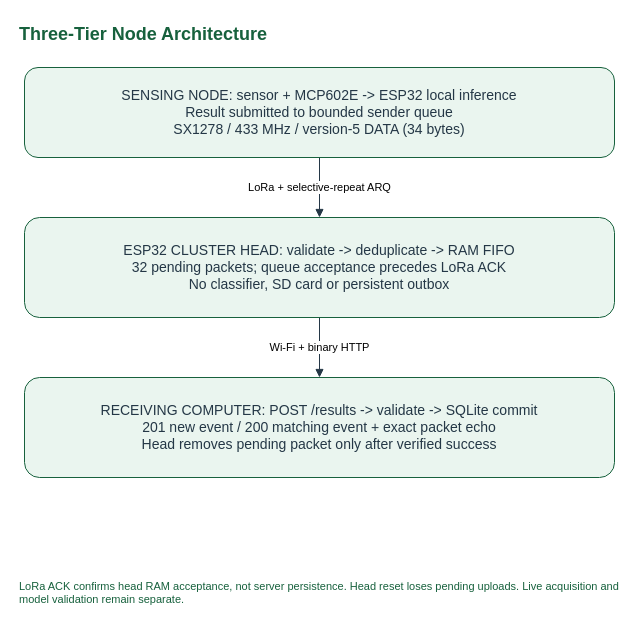
The draw.io diagram page "Three-Tier Node Architecture" (3 of 8) of output/diagrams/Senior_Design_Section4_EdgeML.drawio.xml in Battikhah/senior-design-report, before the edit. Source tidied: cells renumbered, new cells numbered last; positions are measured from the earlier drawing's top-left corner, leaving out a move shared by most shapes. Both pictures are drawn from the tidied source at 100%, with x=0, y=0 at pixel (17, 17).
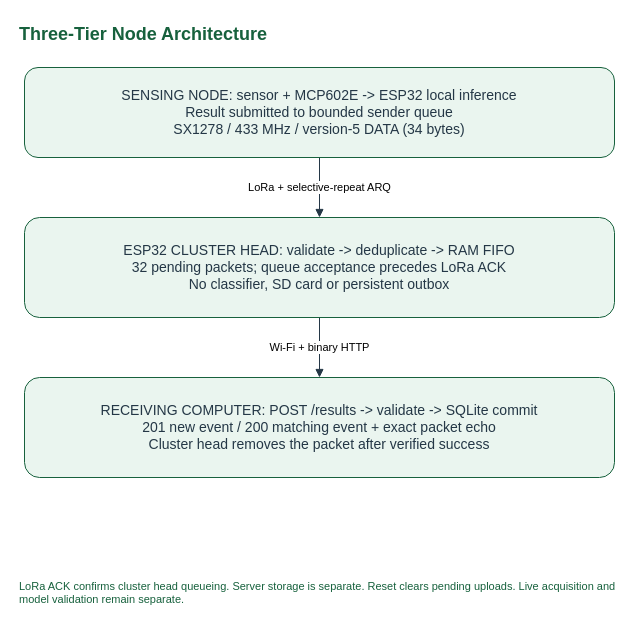
The same diagram, later.

What changed in the source:
```diff
@@
 <mxGraphModel>
   <root>
     <mxCell id="0" />
     <mxCell id="1" parent="0" />
     <mxCell id="2" value="Three-Tier Node Architecture" style="text;html=1;fontSize=18;fontStyle=1;fontColor=#17613D;align=left;" parent="1" vertex="1">
       <mxGeometry width="604" height="30" as="geometry" />
     </mxCell>
     <mxCell id="3" value="LoRa + selective-repeat ARQ" style="edgeStyle=orthogonalEdgeStyle;rounded=0;html=1;endArrow=block;strokeColor=#243746;fontSize=11;labelBackgroundColor=#FFFFFF;exitX=0.5;exitY=1;entryX=0.5;entryY=0;" parent="1" edge="1" source="5" target="6">
       <mxGeometry relative="1" as="geometry" />
     </mxCell>
     <mxCell id="4" value="Wi-Fi + binary HTTP" style="edgeStyle=orthogonalEdgeStyle;rounded=0;html=1;endArrow=block;strokeColor=#243746;fontSize=11;labelBackgroundColor=#FFFFFF;exitX=0.5;exitY=1;entryX=0.5;entryY=0;" parent="1" edge="1" source="6" target="7">
       <mxGeometry relative="1" as="geometry" />
     </mxCell>
     <mxCell id="5" value="SENSING NODE: sensor + MCP602E -&amp;gt; ESP32 local inference&lt;br&gt;Result submitted to bounded sender queue&lt;br&gt;SX1278 / 433 MHz / version-5 DATA (34 bytes)" style="rounded=1;whiteSpace=wrap;html=1;fillColor=#EAF5EF;strokeColor=#17613D;fontColor=#243746;fontSize=14;spacing=8;" parent="1" vertex="1">
       <mxGeometry x="7" y="50" width="590" height="90" as="geometry" />
     </mxCell>
     <mxCell id="6" value="ESP32 CLUSTER HEAD: validate -&amp;gt; deduplicate -&amp;gt; RAM FIFO&lt;br&gt;32 pending packets; queue acceptance precedes LoRa ACK&lt;br&gt;No classifier, SD card or persistent outbox" style="rounded=1;whiteSpace=wrap;html=1;fillColor=#EAF5EF;strokeColor=#17613D;fontColor=#243746;fontSize=14;spacing=8;" parent="1" vertex="1">
       <mxGeometry x="7" y="200" width="590" height="100" as="geometry" />
     </mxCell>
-    <mxCell id="7" value="RECEIVING COMPUTER: POST /results -&amp;gt; validate -&amp;gt; SQLite commit&lt;br&gt;201 new event / 200 matching event + exact packet echo&lt;br&gt;Head removes pending packet only after verified success" style="rounded=1;whiteSpace=wrap;html=1;fillColor=#EAF5EF;strokeColor=#17613D;fontColor=#243746;fontSize=14;spacing=8;" parent="1" vertex="1">
+    <mxCell id="7" value="RECEIVING COMPUTER: POST /results -&amp;gt; validate -&amp;gt; SQLite commit&lt;br&gt;201 new event / 200 matching event + exact packet echo&lt;br&gt;Cluster head removes the packet after verified success" style="rounded=1;whiteSpace=wrap;html=1;fillColor=#EAF5EF;strokeColor=#17613D;fontColor=#243746;fontSize=14;spacing=8;" parent="1" vertex="1">
       <mxGeometry x="7" y="360" width="590" height="100" as="geometry" />
     </mxCell>
-    <mxCell id="8" value="LoRa ACK confirms head RAM acceptance, not server persistence. Head reset loses pending uploads. Live acquisition and model validation remain separate." style="text;html=1;whiteSpace=wrap;align=left;fontSize=11;fontColor=#17613D;" parent="1" vertex="1">
+    <mxCell id="8" value="LoRa ACK confirms cluster head queueing. Server storage is separate. Reset clears pending uploads. Live acquisition and model validation remain separate." style="text;html=1;whiteSpace=wrap;align=left;fontSize=11;fontColor=#17613D;" parent="1" vertex="1">
       <mxGeometry y="556" width="604" height="36" as="geometry" />
     </mxCell>
   </root>
 </mxGraphModel>
```
